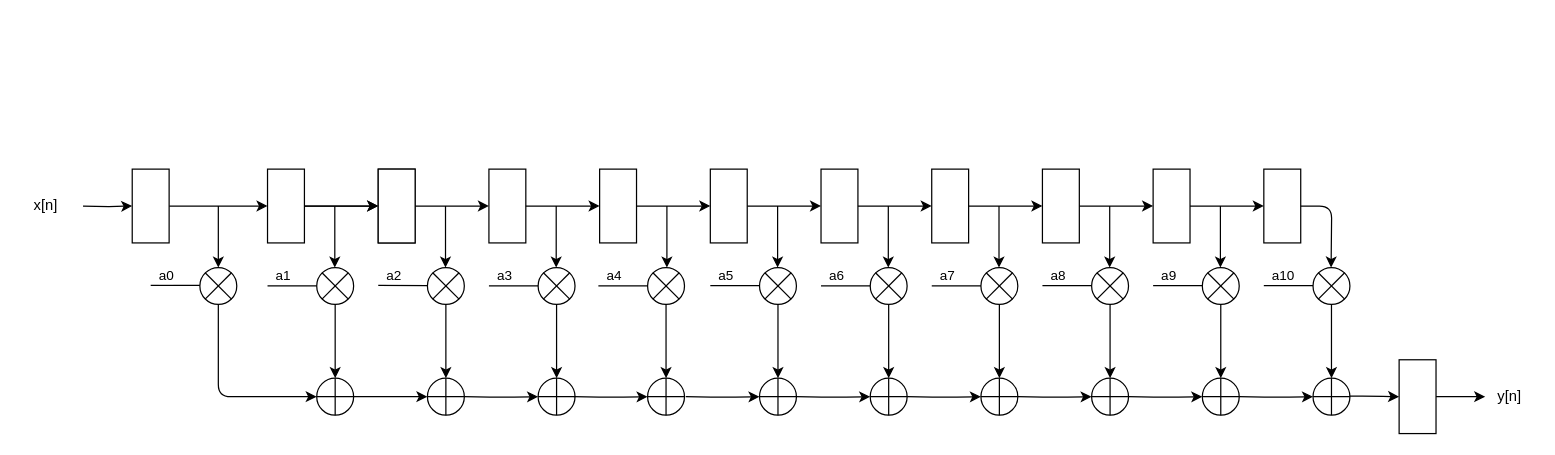
Before: report/schematic/FIR.drawio in lorenzocarrano/ISA_2021_Group21_Labs, a draw.io diagram. Source tidied: cells renumbered, new cells numbered last; positions are measured from the earlier drawing's top-left corner, leaving out a move shared by most shapes. Both pictures are drawn from the tidied source at 123%, with x=0, y=0 at pixel (21, 169).
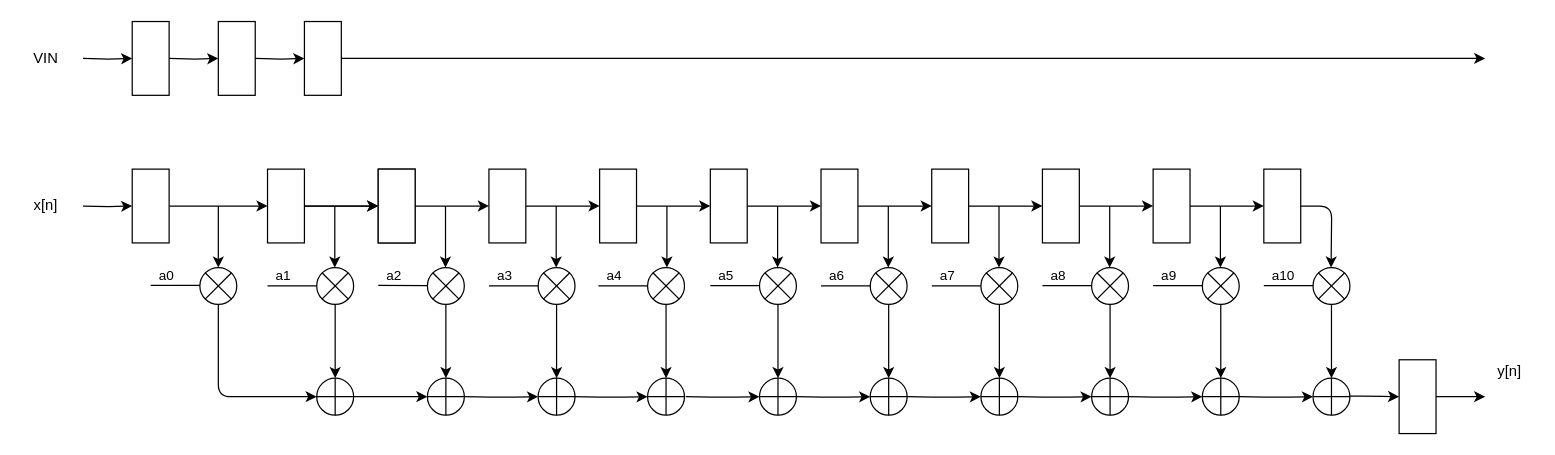
Above is the later version.

Commit message (it also covers changes not shown here):
Add fir schematic

Diff of the diagram source:
```diff
@@
     <mxCell id="108" value="y[n]" style="text;html=1;strokeColor=none;fillColor=none;align=center;verticalAlign=middle;whiteSpace=wrap;rounded=0;" parent="1" vertex="1">
-      <mxGeometry x="1190" y="175" width="40" height="20" as="geometry" />
+      <mxGeometry x="1190" y="155" width="40" height="20" as="geometry" />
     </mxCell>
@@
+    <mxCell id="112" style="edgeStyle=orthogonalEdgeStyle;rounded=0;jettySize=auto;html=1;entryX=0;entryY=0.5;entryDx=0;entryDy=0;" parent="1" edge="1" target="114">
+      <mxGeometry relative="1" as="geometry">
+        <mxPoint x="50" y="-90" as="sourcePoint" />
+      </mxGeometry>
+    </mxCell>
+    <mxCell id="113" value="VIN" style="text;html=1;strokeColor=none;fillColor=none;align=center;verticalAlign=middle;whiteSpace=wrap;rounded=0;" parent="1" vertex="1">
+      <mxGeometry y="-100" width="40" height="20" as="geometry" />
+    </mxCell>
+    <mxCell id="114" style="rounded=0;whiteSpace=wrap;html=1;" parent="1" vertex="1">
+      <mxGeometry x="90" y="-120" width="30" height="60" as="geometry" />
+    </mxCell>
+    <mxCell id="115" style="edgeStyle=orthogonalEdgeStyle;rounded=0;jettySize=auto;html=1;entryX=0;entryY=0.5;entryDx=0;entryDy=0;" parent="1" edge="1" target="116">
+      <mxGeometry relative="1" as="geometry">
+        <mxPoint x="120" y="-90" as="sourcePoint" />
+      </mxGeometry>
+    </mxCell>
+    <mxCell id="116" style="rounded=0;whiteSpace=wrap;html=1;" parent="1" vertex="1">
+      <mxGeometry x="160" y="-120" width="30" height="60" as="geometry" />
+    </mxCell>
+    <mxCell id="117" style="edgeStyle=orthogonalEdgeStyle;rounded=0;jettySize=auto;html=1;entryX=0;entryY=0.5;entryDx=0;entryDy=0;" parent="1" edge="1" target="118">
+      <mxGeometry relative="1" as="geometry">
+        <mxPoint x="190" y="-90" as="sourcePoint" />
+      </mxGeometry>
+    </mxCell>
+    <mxCell id="118" style="rounded=0;whiteSpace=wrap;html=1;" parent="1" vertex="1">
+      <mxGeometry x="230" y="-120" width="30" height="60" as="geometry" />
+    </mxCell>
+    <mxCell id="119" style="endArrow=classic;html=1;exitX=1;exitY=0.5;exitDx=0;exitDy=0;" parent="1" edge="1" source="118">
+      <mxGeometry relative="1" as="geometry">
+        <mxPoint x="1190" y="-90" as="targetPoint" />
+      </mxGeometry>
+    </mxCell>
```
